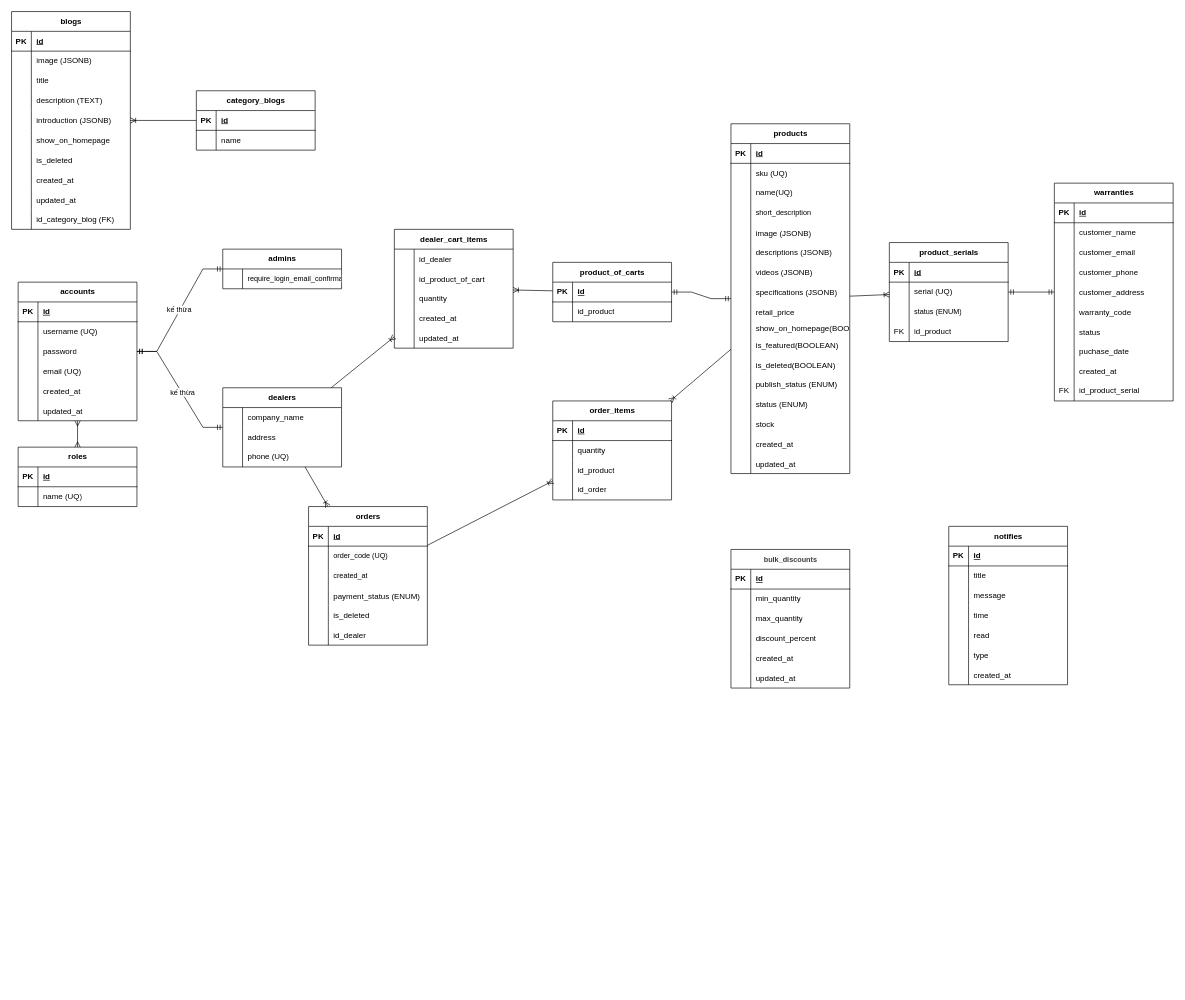
vominhduc11/4thitek keeps this draw.io diagram as class-diagram.drawio. Above is the earlier version. Source tidied: cells renumbered, new cells numbered last; positions are measured from the earlier drawing's top-left corner, leaving out a move shared by most shapes. Both pictures are drawn from the tidied source at 66%, with x=0, y=0 at pixel (11, 11).
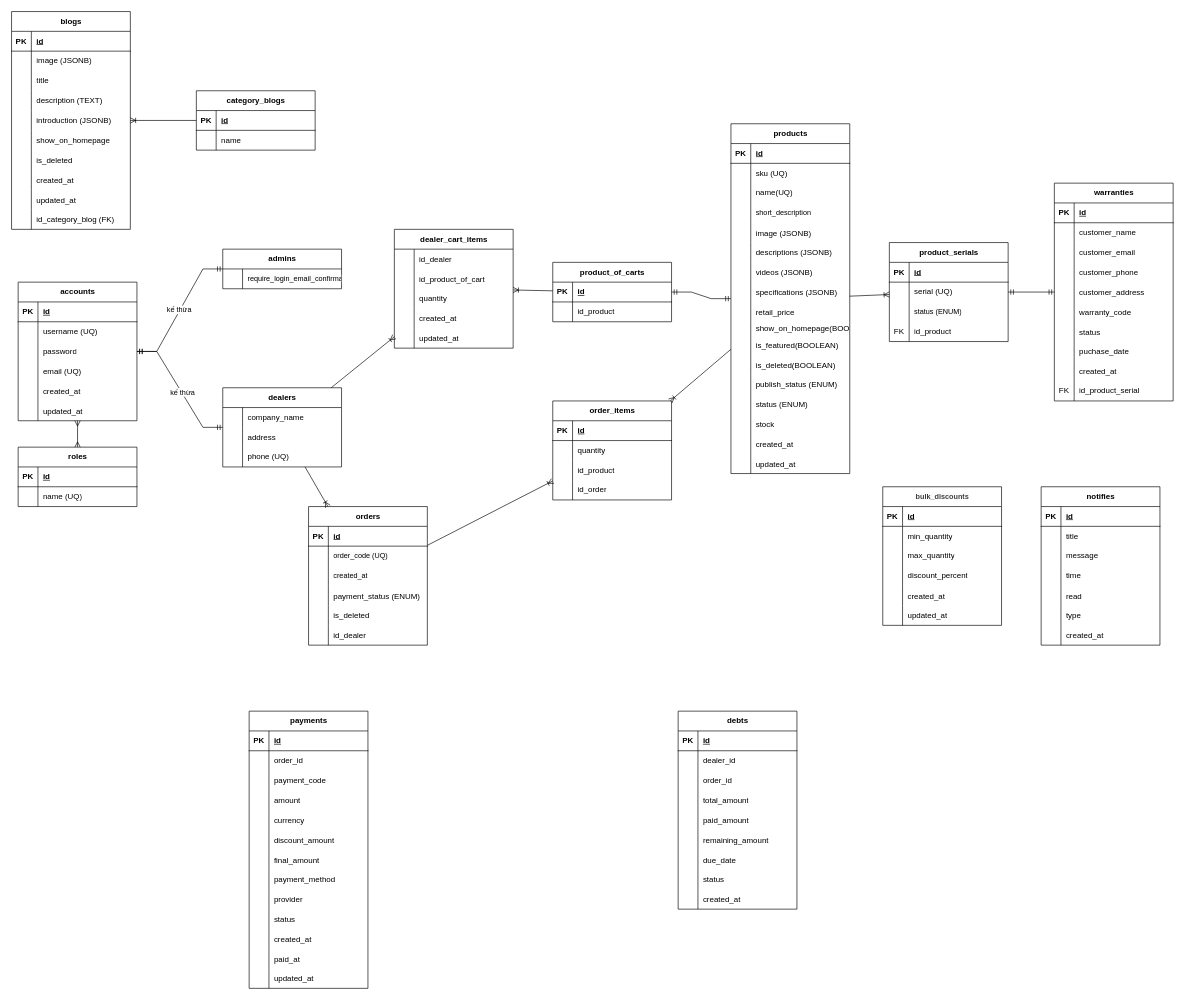
After the change.

Change to the diagram source:
```diff
@@
     <mxCell id="152" value="&lt;b style=&quot;color: rgb(63, 63, 63); scrollbar-color: rgb(226, 226, 226) rgb(251, 251, 251); font-size: 11px; text-align: left; text-wrap-mode: wrap; background-color: rgb(251, 251, 251);&quot;&gt;bulk_discounts&lt;/b&gt;" style="shape=table;startSize=30;childLayout=tableLayout;rowLines=0;fontStyle=1;align=center;html=1;" parent="1" vertex="1">
-      <mxGeometry x="1090" y="815" width="180" height="210" as="geometry" />
+      <mxGeometry x="1320" y="720" width="180" height="210" as="geometry" />
     </mxCell>
@@
     <mxCell id="230" value="&lt;b style=&quot;text-wrap-mode: wrap;&quot;&gt;notifies&lt;/b&gt;" style="shape=table;startSize=30;childLayout=tableLayout;rowLines=0;fontStyle=1;align=center;html=1;" parent="1" vertex="1">
-      <mxGeometry x="1420" y="780" width="180" height="240" as="geometry" />
+      <mxGeometry x="1560" y="720" width="180" height="240" as="geometry" />
     </mxCell>
@@
+    <mxCell id="286" value="payments" style="shape=table;startSize=30;childLayout=tableLayout;rowLines=0;fontStyle=1;align=center;html=1;" parent="1" vertex="1">
+      <mxGeometry x="360" y="1060" width="180" height="420" as="geometry" />
+    </mxCell>
+    <mxCell id="287" style="shape=tableRow;horizontal=0;startSize=0;swimlaneHead=0;swimlaneBody=0;fillColor=none;top=0;left=0;right=0;bottom=1;" parent="286" vertex="1">
+      <mxGeometry y="30" width="180" height="30" as="geometry" />
+    </mxCell>
+    <mxCell id="288" value="PK" style="shape=partialRectangle;fillColor=none;top=0;left=0;bottom=0;right=0;fontStyle=1;overflow=hidden;whiteSpace=wrap;html=1;" parent="287" vertex="1">
+      <mxGeometry width="30" height="30" as="geometry" />
+    </mxCell>
+    <mxCell id="289" value="id" style="shape=partialRectangle;fillColor=none;top=0;left=0;bottom=0;right=0;align=left;spacingLeft=6;fontStyle=5;overflow=hidden;whiteSpace=wrap;html=1;" parent="287" vertex="1">
+      <mxGeometry x="30" width="150" height="30" as="geometry" />
+    </mxCell>
+    <mxCell id="290" style="shape=tableRow;horizontal=0;startSize=0;swimlaneHead=0;swimlaneBody=0;fillColor=none;top=0;left=0;right=0;bottom=0;" parent="286" vertex="1">
+      <mxGeometry y="60" width="180" height="30" as="geometry" />
+    </mxCell>
+    <mxCell id="291" style="shape=partialRectangle;fillColor=none;top=0;left=0;bottom=0;right=0;overflow=hidden;whiteSpace=wrap;html=1;" parent="290" vertex="1">
+      <mxGeometry width="30" height="30" as="geometry" />
+    </mxCell>
+    <mxCell id="292" value="order_id" style="shape=partialRectangle;fillColor=none;top=0;left=0;bottom=0;right=0;align=left;spacingLeft=6;overflow=hidden;whiteSpace=wrap;html=1;" parent="290" vertex="1">
+      <mxGeometry x="30" width="150" height="30" as="geometry" />
+    </mxCell>
+    <mxCell id="293" style="shape=tableRow;horizontal=0;startSize=0;swimlaneHead=0;swimlaneBody=0;fillColor=none;top=0;left=0;right=0;bottom=0;" parent="286" vertex="1">
+      <mxGeometry y="90" width="180" height="30" as="geometry" />
+    </mxCell>
+    <mxCell id="294" style="shape=partialRectangle;fillColor=none;top=0;left=0;bottom=0;right=0;overflow=hidden;whiteSpace=wrap;html=1;" parent="293" vertex="1">
+      <mxGeometry width="30" height="30" as="geometry" />
+    </mxCell>
+    <mxCell id="295" value="payment_code" style="shape=partialRectangle;fillColor=none;top=0;left=0;bottom=0;right=0;align=left;spacingLeft=6;overflow=hidden;whiteSpace=wrap;html=1;" parent="293" vertex="1">
+      <mxGeometry x="30" width="150" height="30" as="geometry" />
+    </mxCell>
+    <mxCell id="296" style="shape=tableRow;horizontal=0;startSize=0;swimlaneHead=0;swimlaneBody=0;fillColor=none;top=0;left=0;right=0;bottom=0;" parent="286" vertex="1">
+      <mxGeometry y="120" width="180" height="30" as="geometry" />
+    </mxCell>
+    <mxCell id="297" style="shape=partialRectangle;fillColor=none;top=0;left=0;bottom=0;right=0;overflow=hidden;whiteSpace=wrap;html=1;" parent="296" vertex="1">
+      <mxGeometry width="30" height="30" as="geometry" />
+    </mxCell>
+    <mxCell id="298" value="amount" style="shape=partialRectangle;fillColor=none;top=0;left=0;bottom=0;right=0;align=left;spacingLeft=6;overflow=hidden;whiteSpace=wrap;html=1;" parent="296" vertex="1">
+      <mxGeometry x="30" width="150" height="30" as="geometry" />
+    </mxCell>
+    <mxCell id="299" style="shape=tableRow;horizontal=0;startSize=0;swimlaneHead=0;swimlaneBody=0;fillColor=none;top=0;left=0;right=0;bottom=0;" parent="286" vertex="1">
+      <mxGeometry y="150" width="180" height="30" as="geometry" />
+    </mxCell>
+    <mxCell id="300" style="shape=partialRectangle;fillColor=none;top=0;left=0;bottom=0;right=0;overflow=hidden;" parent="299" vertex="1">
+      <mxGeometry width="30" height="30" as="geometry" />
+    </mxCell>
+    <mxCell id="301" value="currency" style="shape=partialRectangle;fillColor=none;top=0;left=0;bottom=0;right=0;align=left;spacingLeft=6;overflow=hidden;" parent="299" vertex="1">
+      <mxGeometry x="30" width="150" height="30" as="geometry" />
+    </mxCell>
+    <mxCell id="302" style="shape=tableRow;horizontal=0;startSize=0;swimlaneHead=0;swimlaneBody=0;fillColor=none;top=0;left=0;right=0;bottom=0;" parent="286" vertex="1">
+      <mxGeometry y="180" width="180" height="30" as="geometry" />
+    </mxCell>
+    <mxCell id="303" style="shape=partialRectangle;fillColor=none;top=0;left=0;bottom=0;right=0;overflow=hidden;" parent="302" vertex="1">
+      <mxGeometry width="30" height="30" as="geometry" />
+    </mxCell>
+    <mxCell id="304" value="discount_amount" style="shape=partialRectangle;fillColor=none;top=0;left=0;bottom=0;right=0;align=left;spacingLeft=6;overflow=hidden;" parent="302" vertex="1">
+      <mxGeometry x="30" width="150" height="30" as="geometry" />
+    </mxCell>
+    <mxCell id="305" style="shape=tableRow;horizontal=0;startSize=0;swimlaneHead=0;swimlaneBody=0;fillColor=none;top=0;left=0;right=0;bottom=0;" parent="286" vertex="1">
+      <mxGeometry y="210" width="180" height="30" as="geometry" />
+    </mxCell>
+    <mxCell id="306" style="shape=partialRectangle;fillColor=none;top=0;left=0;bottom=0;right=0;overflow=hidden;" parent="305" vertex="1">
+      <mxGeometry width="30" height="30" as="geometry" />
+    </mxCell>
+    <mxCell id="307" value="final_amount" style="shape=partialRectangle;fillColor=none;top=0;left=0;bottom=0;right=0;align=left;spacingLeft=6;overflow=hidden;" parent="305" vertex="1">
+      <mxGeometry x="30" width="150" height="30" as="geometry" />
+    </mxCell>
+    <mxCell id="308" style="shape=tableRow;horizontal=0;startSize=0;swimlaneHead=0;swimlaneBody=0;fillColor=none;top=0;left=0;right=0;bottom=0;" parent="286" vertex="1">
+      <mxGeometry y="240" width="180" height="30" as="geometry" />
+    </mxCell>
+    <mxCell id="309" style="shape=partialRectangle;fillColor=none;top=0;left=0;bottom=0;right=0;overflow=hidden;" parent="308" vertex="1">
+      <mxGeometry width="30" height="30" as="geometry" />
+    </mxCell>
+    <mxCell id="310" value="payment_method" style="shape=partialRectangle;fillColor=none;top=0;left=0;bottom=0;right=0;align=left;spacingLeft=6;overflow=hidden;" parent="308" vertex="1">
+      <mxGeometry x="30" width="150" height="30" as="geometry" />
+    </mxCell>
+    <mxCell id="311" style="shape=tableRow;horizontal=0;startSize=0;swimlaneHead=0;swimlaneBody=0;fillColor=none;top=0;left=0;right=0;bottom=0;" parent="286" vertex="1">
+      <mxGeometry y="270" width="180" height="30" as="geometry" />
+    </mxCell>
+    <mxCell id="312" style="shape=partialRectangle;fillColor=none;top=0;left=0;bottom=0;right=0;overflow=hidden;" parent="311" vertex="1">
+      <mxGeometry width="30" height="30" as="geometry" />
+    </mxCell>
+    <mxCell id="313" value="provider" style="shape=partialRectangle;fillColor=none;top=0;left=0;bottom=0;right=0;align=left;spacingLeft=6;overflow=hidden;" parent="311" vertex="1">
+      <mxGeometry x="30" width="150" height="30" as="geometry" />
+    </mxCell>
+    <mxCell id="314" style="shape=tableRow;horizontal=0;startSize=0;swimlaneHead=0;swimlaneBody=0;fillColor=none;top=0;left=0;right=0;bottom=0;" parent="286" vertex="1">
+      <mxGeometry y="300" width="180" height="30" as="geometry" />
+    </mxCell>
+    <mxCell id="315" style="shape=partialRectangle;fillColor=none;top=0;left=0;bottom=0;right=0;overflow=hidden;" parent="314" vertex="1">
+      <mxGeometry width="30" height="30" as="geometry" />
+    </mxCell>
+    <mxCell id="316" value="status" style="shape=partialRectangle;fillColor=none;top=0;left=0;bottom=0;right=0;align=left;spacingLeft=6;overflow=hidden;" parent="314" vertex="1">
+      <mxGeometry x="30" width="150" height="30" as="geometry" />
+    </mxCell>
+    <mxCell id="317" style="shape=tableRow;horizontal=0;startSize=0;swimlaneHead=0;swimlaneBody=0;fillColor=none;top=0;left=0;right=0;bottom=0;" parent="286" vertex="1">
+      <mxGeometry y="330" width="180" height="30" as="geometry" />
+    </mxCell>
+    <mxCell id="318" style="shape=partialRectangle;fillColor=none;top=0;left=0;bottom=0;right=0;overflow=hidden;" parent="317" vertex="1">
+      <mxGeometry width="30" height="30" as="geometry" />
+    </mxCell>
+    <mxCell id="319" value="created_at" style="shape=partialRectangle;fillColor=none;top=0;left=0;bottom=0;right=0;align=left;spacingLeft=6;overflow=hidden;" parent="317" vertex="1">
+      <mxGeometry x="30" width="150" height="30" as="geometry" />
+    </mxCell>
+    <mxCell id="320" style="shape=tableRow;horizontal=0;startSize=0;swimlaneHead=0;swimlaneBody=0;fillColor=none;top=0;left=0;right=0;bottom=0;" parent="286" vertex="1">
+      <mxGeometry y="360" width="180" height="30" as="geometry" />
+    </mxCell>
+    <mxCell id="321" style="shape=partialRectangle;fillColor=none;top=0;left=0;bottom=0;right=0;overflow=hidden;" parent="320" vertex="1">
+      <mxGeometry width="30" height="30" as="geometry" />
+    </mxCell>
+    <mxCell id="322" value="paid_at" style="shape=partialRectangle;fillColor=none;top=0;left=0;bottom=0;right=0;align=left;spacingLeft=6;overflow=hidden;" parent="320" vertex="1">
+      <mxGeometry x="30" width="150" height="30" as="geometry" />
+    </mxCell>
+    <mxCell id="323" style="shape=tableRow;horizontal=0;startSize=0;swimlaneHead=0;swimlaneBody=0;fillColor=none;top=0;left=0;right=0;bottom=0;" parent="286" vertex="1">
+      <mxGeometry y="390" width="180" height="30" as="geometry" />
+    </mxCell>
+    <mxCell id="324" style="shape=partialRectangle;fillColor=none;top=0;left=0;bottom=0;right=0;overflow=hidden;" parent="323" vertex="1">
+      <mxGeometry width="30" height="30" as="geometry" />
+    </mxCell>
+    <mxCell id="325" value="updated_at" style="shape=partialRectangle;fillColor=none;top=0;left=0;bottom=0;right=0;align=left;spacingLeft=6;overflow=hidden;" parent="323" vertex="1">
+      <mxGeometry x="30" width="150" height="30" as="geometry" />
+    </mxCell>
+    <mxCell id="326" value="debts" style="shape=table;startSize=30;childLayout=tableLayout;rowLines=0;fontStyle=1;align=center;html=1;" parent="1" vertex="1">
+      <mxGeometry x="1010" y="1060" width="180" height="300" as="geometry" />
+    </mxCell>
+    <mxCell id="327" style="shape=tableRow;horizontal=0;startSize=0;swimlaneHead=0;swimlaneBody=0;fillColor=none;top=0;left=0;right=0;bottom=1;" parent="326" vertex="1">
+      <mxGeometry y="30" width="180" height="30" as="geometry" />
+    </mxCell>
+    <mxCell id="328" value="PK" style="shape=partialRectangle;fillColor=none;top=0;left=0;bottom=0;right=0;fontStyle=1;overflow=hidden;whiteSpace=wrap;html=1;" parent="327" vertex="1">
+      <mxGeometry width="30" height="30" as="geometry" />
+    </mxCell>
+    <mxCell id="329" value="id" style="shape=partialRectangle;fillColor=none;top=0;left=0;bottom=0;right=0;align=left;spacingLeft=6;fontStyle=5;overflow=hidden;whiteSpace=wrap;html=1;" parent="327" vertex="1">
+      <mxGeometry x="30" width="150" height="30" as="geometry" />
+    </mxCell>
+    <mxCell id="330" style="shape=tableRow;horizontal=0;startSize=0;swimlaneHead=0;swimlaneBody=0;fillColor=none;top=0;left=0;right=0;bottom=0;" parent="326" vertex="1">
+      <mxGeometry y="60" width="180" height="30" as="geometry" />
+    </mxCell>
+    <mxCell id="331" style="shape=partialRectangle;fillColor=none;top=0;left=0;bottom=0;right=0;overflow=hidden;whiteSpace=wrap;html=1;" parent="330" vertex="1">
+      <mxGeometry width="30" height="30" as="geometry" />
+    </mxCell>
+    <mxCell id="332" value="dealer_id" style="shape=partialRectangle;fillColor=none;top=0;left=0;bottom=0;right=0;align=left;spacingLeft=6;overflow=hidden;whiteSpace=wrap;html=1;" parent="330" vertex="1">
+      <mxGeometry x="30" width="150" height="30" as="geometry" />
+    </mxCell>
+    <mxCell id="333" style="shape=tableRow;horizontal=0;startSize=0;swimlaneHead=0;swimlaneBody=0;fillColor=none;top=0;left=0;right=0;bottom=0;" parent="326" vertex="1">
+      <mxGeometry y="90" width="180" height="30" as="geometry" />
+    </mxCell>
+    <mxCell id="334" style="shape=partialRectangle;fillColor=none;top=0;left=0;bottom=0;right=0;overflow=hidden;whiteSpace=wrap;html=1;" parent="333" vertex="1">
+      <mxGeometry width="30" height="30" as="geometry" />
+    </mxCell>
+    <mxCell id="335" value="order_id" style="shape=partialRectangle;fillColor=none;top=0;left=0;bottom=0;right=0;align=left;spacingLeft=6;overflow=hidden;whiteSpace=wrap;html=1;" parent="333" vertex="1">
+      <mxGeometry x="30" width="150" height="30" as="geometry" />
+    </mxCell>
+    <mxCell id="336" style="shape=tableRow;horizontal=0;startSize=0;swimlaneHead=0;swimlaneBody=0;fillColor=none;top=0;left=0;right=0;bottom=0;" parent="326" vertex="1">
+      <mxGeometry y="120" width="180" height="30" as="geometry" />
+    </mxCell>
+    <mxCell id="337" style="shape=partialRectangle;fillColor=none;top=0;left=0;bottom=0;right=0;overflow=hidden;whiteSpace=wrap;html=1;" parent="336" vertex="1">
+      <mxGeometry width="30" height="30" as="geometry" />
+    </mxCell>
+    <mxCell id="338" value="total_amount" style="shape=partialRectangle;fillColor=none;top=0;left=0;bottom=0;right=0;align=left;spacingLeft=6;overflow=hidden;whiteSpace=wrap;html=1;" parent="336" vertex="1">
+      <mxGeometry x="30" width="150" height="30" as="geometry" />
+    </mxCell>
+    <mxCell id="339" style="shape=tableRow;horizontal=0;startSize=0;swimlaneHead=0;swimlaneBody=0;fillColor=none;top=0;left=0;right=0;bottom=0;" parent="326" vertex="1">
+      <mxGeometry y="150" width="180" height="30" as="geometry" />
+    </mxCell>
+    <mxCell id="340" style="shape=partialRectangle;fillColor=none;top=0;left=0;bottom=0;right=0;overflow=hidden;" parent="339" vertex="1">
+      <mxGeometry width="30" height="30" as="geometry" />
+    </mxCell>
+    <mxCell id="341" value="paid_amount" style="shape=partialRectangle;fillColor=none;top=0;left=0;bottom=0;right=0;align=left;spacingLeft=6;overflow=hidden;" parent="339" vertex="1">
+      <mxGeometry x="30" width="150" height="30" as="geometry" />
+    </mxCell>
+    <mxCell id="342" style="shape=tableRow;horizontal=0;startSize=0;swimlaneHead=0;swimlaneBody=0;fillColor=none;top=0;left=0;right=0;bottom=0;" parent="326" vertex="1">
+      <mxGeometry y="180" width="180" height="30" as="geometry" />
+    </mxCell>
+    <mxCell id="343" style="shape=partialRectangle;fillColor=none;top=0;left=0;bottom=0;right=0;overflow=hidden;" parent="342" vertex="1">
+      <mxGeometry width="30" height="30" as="geometry" />
+    </mxCell>
+    <mxCell id="344" value="remaining_amount" style="shape=partialRectangle;fillColor=none;top=0;left=0;bottom=0;right=0;align=left;spacingLeft=6;overflow=hidden;" parent="342" vertex="1">
+      <mxGeometry x="30" width="150" height="30" as="geometry" />
+    </mxCell>
+    <mxCell id="345" style="shape=tableRow;horizontal=0;startSize=0;swimlaneHead=0;swimlaneBody=0;fillColor=none;top=0;left=0;right=0;bottom=0;" parent="326" vertex="1">
+      <mxGeometry y="210" width="180" height="30" as="geometry" />
+    </mxCell>
+    <mxCell id="346" style="shape=partialRectangle;fillColor=none;top=0;left=0;bottom=0;right=0;overflow=hidden;" parent="345" vertex="1">
+      <mxGeometry width="30" height="30" as="geometry" />
+    </mxCell>
+    <mxCell id="347" value="due_date" style="shape=partialRectangle;fillColor=none;top=0;left=0;bottom=0;right=0;align=left;spacingLeft=6;overflow=hidden;" parent="345" vertex="1">
+      <mxGeometry x="30" width="150" height="30" as="geometry" />
+    </mxCell>
+    <mxCell id="348" style="shape=tableRow;horizontal=0;startSize=0;swimlaneHead=0;swimlaneBody=0;fillColor=none;top=0;left=0;right=0;bottom=0;" parent="326" vertex="1">
+      <mxGeometry y="240" width="180" height="30" as="geometry" />
+    </mxCell>
+    <mxCell id="349" style="shape=partialRectangle;fillColor=none;top=0;left=0;bottom=0;right=0;overflow=hidden;" parent="348" vertex="1">
+      <mxGeometry width="30" height="30" as="geometry" />
+    </mxCell>
+    <mxCell id="350" value="status" style="shape=partialRectangle;fillColor=none;top=0;left=0;bottom=0;right=0;align=left;spacingLeft=6;overflow=hidden;" parent="348" vertex="1">
+      <mxGeometry x="30" width="150" height="30" as="geometry" />
+    </mxCell>
+    <mxCell id="351" style="shape=tableRow;horizontal=0;startSize=0;swimlaneHead=0;swimlaneBody=0;fillColor=none;top=0;left=0;right=0;bottom=0;" parent="326" vertex="1">
+      <mxGeometry y="270" width="180" height="30" as="geometry" />
+    </mxCell>
+    <mxCell id="352" style="shape=partialRectangle;fillColor=none;top=0;left=0;bottom=0;right=0;overflow=hidden;" parent="351" vertex="1">
+      <mxGeometry width="30" height="30" as="geometry" />
+    </mxCell>
+    <mxCell id="353" value="created_at" style="shape=partialRectangle;fillColor=none;top=0;left=0;bottom=0;right=0;align=left;spacingLeft=6;overflow=hidden;" parent="351" vertex="1">
+      <mxGeometry x="30" width="150" height="30" as="geometry" />
+    </mxCell>
```
